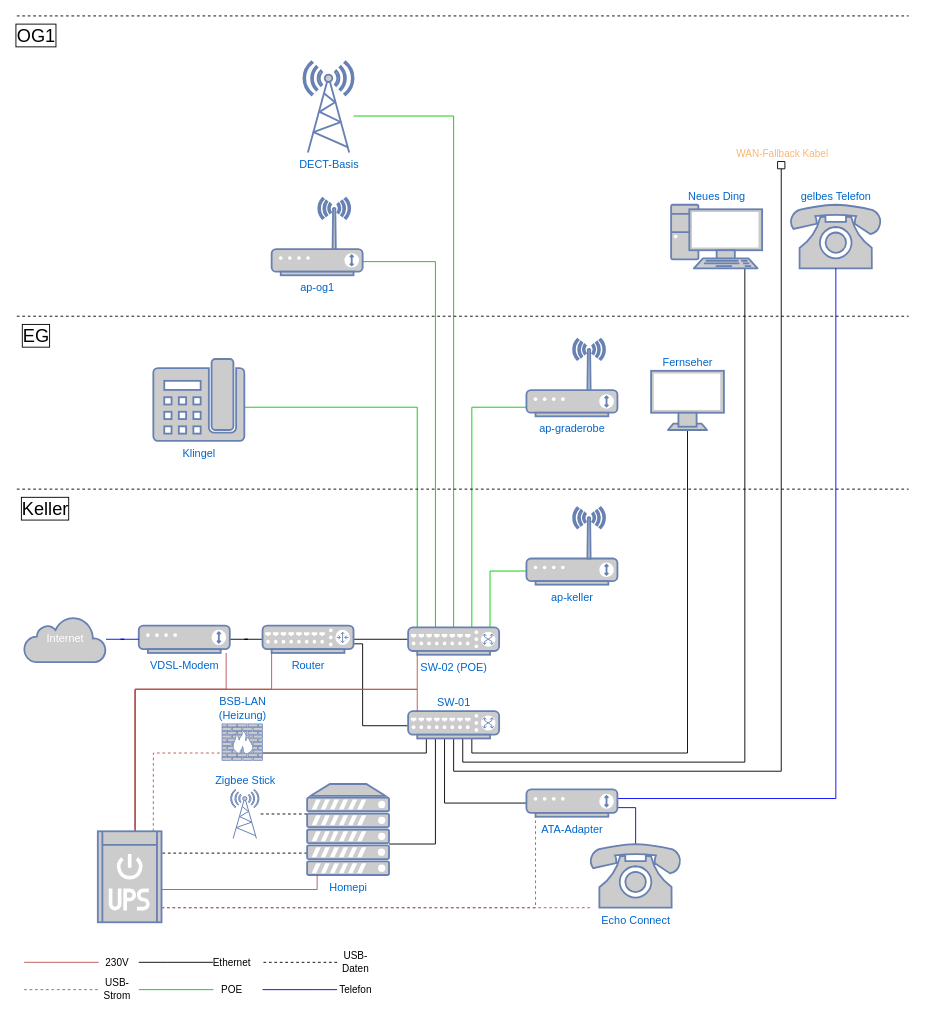
Earlier version of the draw.io diagram it/modules/ROOT/images/network.drawio (bergmann-it/doku). Source tidied: cells renumbered, new cells numbered last; positions are measured from the earlier drawing's top-left corner, leaving out a move shared by most shapes. Both pictures are drawn from the tidied source at 91%, with x=0, y=0 at pixel (16, 15).
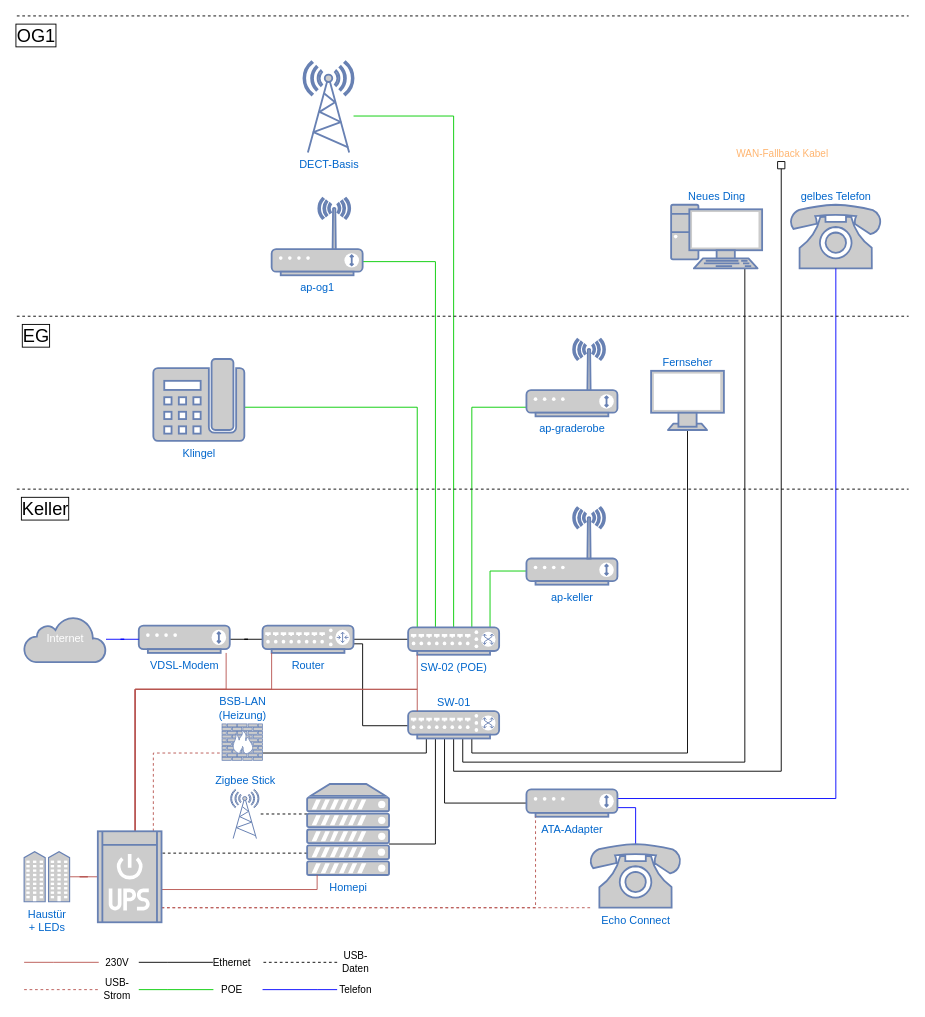
The same page after the edit.

Unchanged cells that the change refers to:
```xml
<mxCell id="52" style="fontColor=#0066CC;verticalAlign=top;verticalLabelPosition=bottom;labelPosition=center;align=center;html=1;outlineConnect=0;fillColor=#CCCCCC;strokeColor=#6881B3;gradientColor=none;gradientDirection=north;strokeWidth=2;shape=mxgraph.networks.ups_small;" parent="1" vertex="1">
  <mxGeometry x="89" y="896" width="70" height="100" as="geometry" />
</mxCell>
```

Diff of the diagram source:
```diff
@@
+    <mxCell id="61" style="edgeStyle=orthogonalEdgeStyle;rounded=0;jettySize=auto;html=1;endArrow=none;endFill=0;strokeColor=#B85450;" parent="1" edge="1" source="52" target="62">
+      <mxGeometry relative="1" as="geometry" />
+    </mxCell>
@@
+    <mxCell id="62" value="Haustür &lt;br&gt;+ LEDs" style="fontColor=#0066CC;verticalAlign=top;verticalLabelPosition=bottom;labelPosition=center;align=center;html=1;outlineConnect=0;fillColor=#CCCCCC;strokeColor=#6881B3;gradientColor=none;gradientDirection=north;strokeWidth=2;shape=mxgraph.networks.community;" parent="1" vertex="1">
+      <mxGeometry x="8" y="918.5" width="50" height="55" as="geometry" />
+    </mxCell>
```
